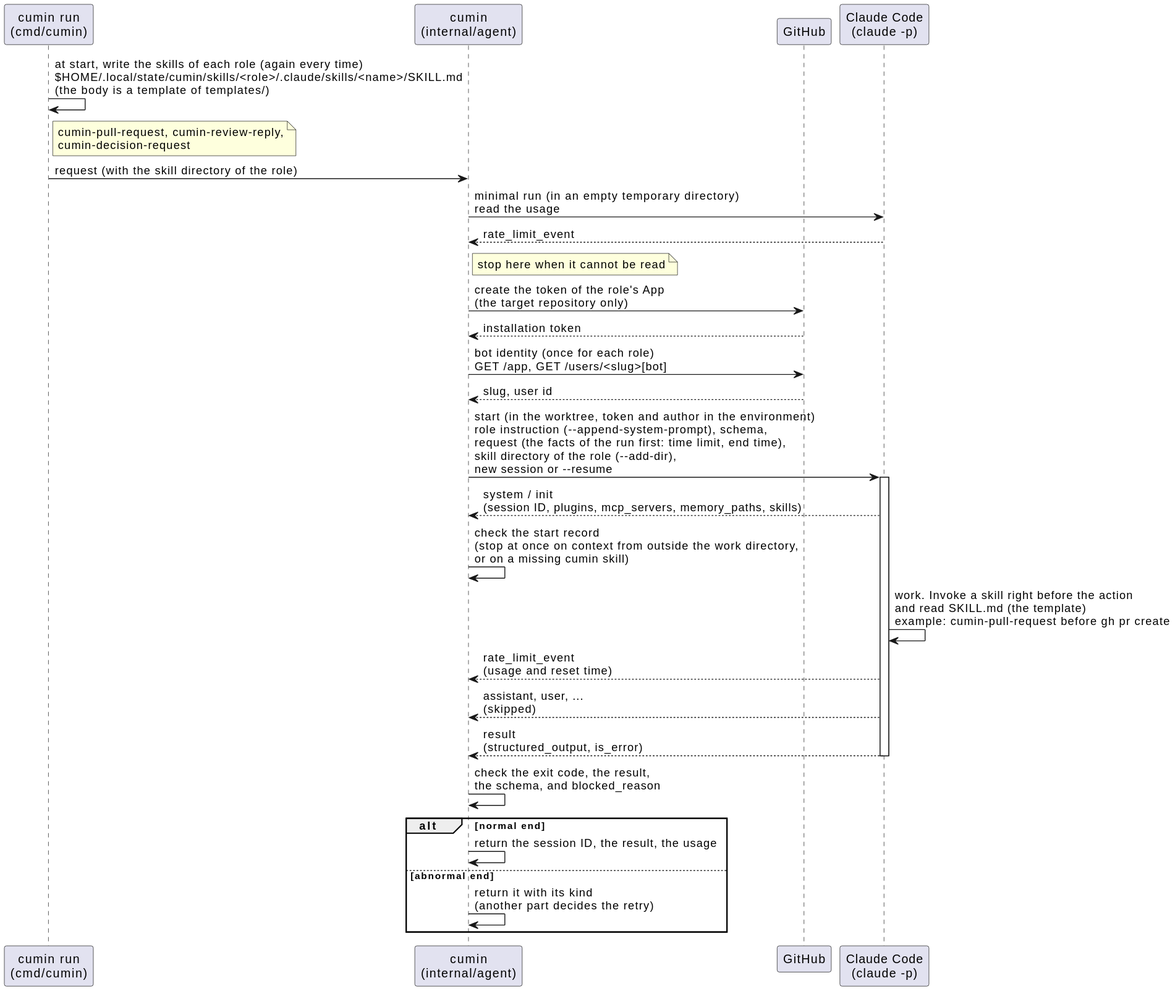
This is docs/ja/designs/agent-run.svg from cloveclovedev/cumin-works, a PlantUML export, as it was before one commit.
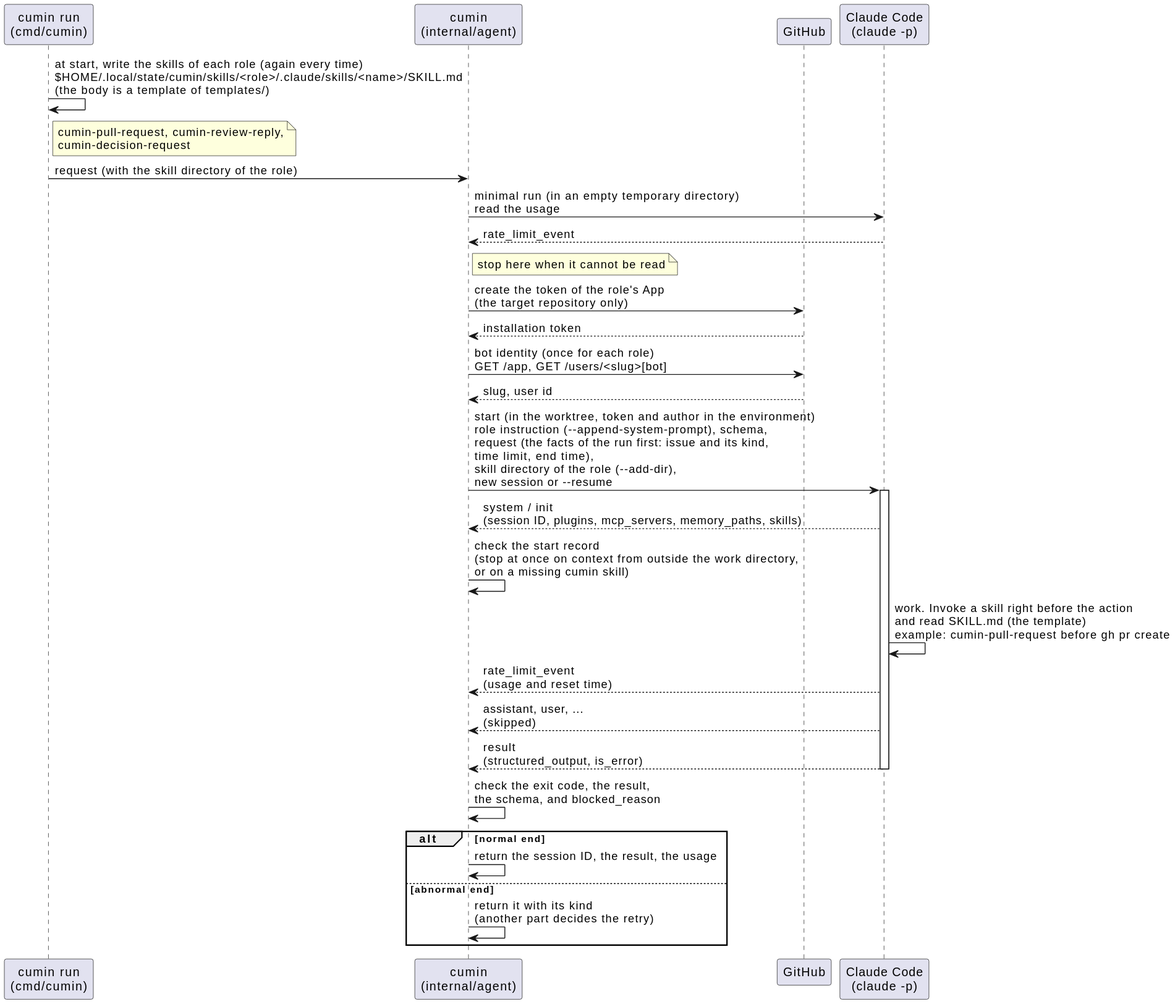
Above is the later version.

Diff of the diagram source:
```diff
@@ -20,7 +20,7 @@
 cumin -> github : bot identity (once for each role)\nGET /app, GET /users/<slug>[bot]
 github --> cumin : slug, user id
 
-cumin -> claude : start (in the worktree, token and author in the environment)\nrole instruction (--append-system-prompt), schema,\nrequest (the facts of the run first: time limit, end time),\nskill directory of the role (--add-dir),\nnew session or --resume
+cumin -> claude : start (in the worktree, token and author in the environment)\nrole instruction (--append-system-prompt), schema,\nrequest (the facts of the run first: issue and its kind,\ntime limit, end time),\nskill directory of the role (--add-dir),\nnew session or --resume
 activate claude
 claude --> cumin : system / init\n(session ID, plugins, mcp_servers, memory_paths, skills)
 cumin -> cumin : check the start record\n(stop at once on context from outside the work directory,\nor on a missing cumin skill)
```
